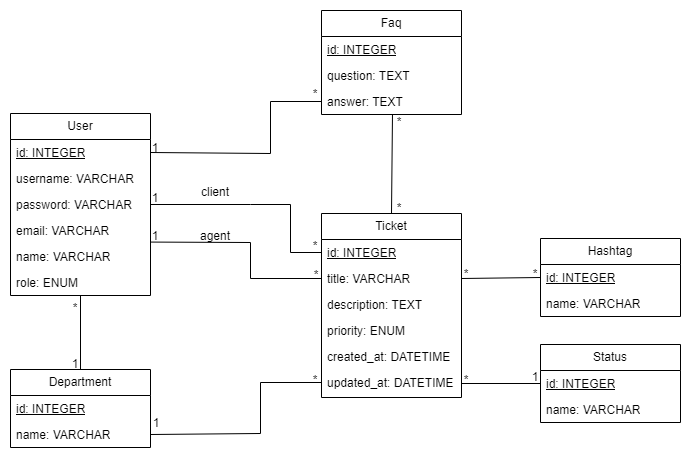
This is docs/db_draft.png from danieldoria1305/PROJ_LTW, a draw.io export, as it was before one commit. Source tidied: cells renumbered, new cells last; positions are measured from the earlier drawing's top-left corner, leaving out a move shared by most shapes.
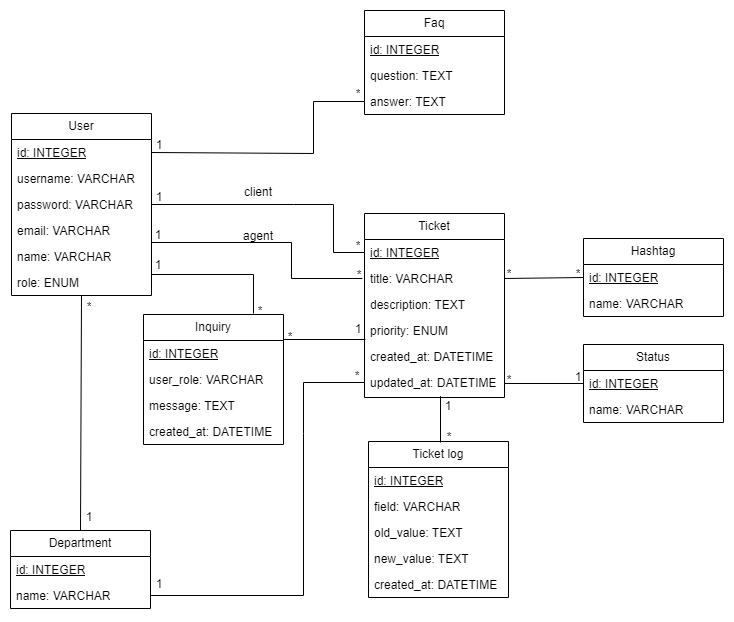
Above is the later version.

Change to the diagram source:
```diff
@@ -3,7 +3,7 @@
     <mxCell id="0" />
     <mxCell id="1" parent="0" />
     <mxCell id="2" value="User" style="swimlane;fontStyle=0;horizontal=1;startSize=26;fillColor=none;whiteSpace=wrap;html=1;" parent="1" vertex="1">
-      <mxGeometry y="103" width="140" height="182" as="geometry" />
+      <mxGeometry x="-42" y="103" width="140" height="182" as="geometry" />
     </mxCell>
     <mxCell id="3" value="&lt;u style=&quot;border-color: var(--border-color);&quot;&gt;id: INTEGER&lt;/u&gt;" style="text;strokeColor=none;fillColor=none;align=left;verticalAlign=top;spacingLeft=4;spacingRight=4;overflow=hidden;points=[[0,0.5],[1,0.5]];portConstraint=eastwest;whiteSpace=wrap;html=1;" parent="2" vertex="1">
       <mxGeometry y="26" width="140" height="26" as="geometry" />
@@ -45,7 +45,7 @@
       <mxGeometry y="156" width="140" height="28" as="geometry" />
     </mxCell>
     <mxCell id="16" value="Department" style="swimlane;fontStyle=0;horizontal=1;startSize=26;fillColor=none;whiteSpace=wrap;html=1;" parent="1" vertex="1">
-      <mxGeometry y="359" width="140" height="78" as="geometry" />
+      <mxGeometry x="-43" y="520" width="140" height="78" as="geometry" />
     </mxCell>
     <mxCell id="17" value="&lt;u&gt;id: INTEGER&lt;/u&gt;" style="text;strokeColor=none;fillColor=none;align=left;verticalAlign=top;spacingLeft=4;spacingRight=4;overflow=hidden;whiteSpace=wrap;html=1;" parent="16" vertex="1">
       <mxGeometry y="26" width="140" height="26" as="geometry" />
@@ -78,10 +78,10 @@
       <mxGeometry relative="1" as="geometry" />
     </mxCell>
     <mxCell id="27" value="*" style="text;html=1;strokeColor=none;fillColor=none;align=center;verticalAlign=middle;whiteSpace=wrap;rounded=0;" parent="1" vertex="1">
-      <mxGeometry x="60" y="293" width="10" height="10" as="geometry" />
+      <mxGeometry x="31" y="292" width="10" height="10" as="geometry" />
     </mxCell>
     <mxCell id="28" value="1" style="text;html=1;strokeColor=none;fillColor=none;align=center;verticalAlign=middle;whiteSpace=wrap;rounded=0;" parent="1" vertex="1">
-      <mxGeometry x="60" y="349" width="10" height="10" as="geometry" />
+      <mxGeometry x="31" y="502" width="10" height="10" as="geometry" />
     </mxCell>
     <mxCell id="29" style="endArrow=none;html=1;rounded=0;exitX=1;exitY=0.5;exitDx=0;exitDy=0;entryX=0;entryY=0.5;entryDx=0;entryDy=0;" parent="1" edge="1" source="5" target="10">
       <mxGeometry relative="1" as="geometry">
@@ -104,20 +104,21 @@
       <mxGeometry x="300" y="79" width="10" height="10" as="geometry" />
     </mxCell>
     <mxCell id="32" value="1" style="text;html=1;strokeColor=none;fillColor=none;align=center;verticalAlign=middle;whiteSpace=wrap;rounded=0;" parent="1" vertex="1">
-      <mxGeometry x="140" y="133" width="10" height="10" as="geometry" />
+      <mxGeometry x="101" y="130" width="10" height="10" as="geometry" />
     </mxCell>
     <mxCell id="33" value="*" style="text;html=1;strokeColor=none;fillColor=none;align=center;verticalAlign=middle;whiteSpace=wrap;rounded=0;" parent="1" vertex="1">
       <mxGeometry x="300" y="230.6" width="10" height="10" as="geometry" />
     </mxCell>
     <mxCell id="34" value="1" style="text;html=1;strokeColor=none;fillColor=none;align=center;verticalAlign=middle;whiteSpace=wrap;rounded=0;" parent="1" vertex="1">
-      <mxGeometry x="140" y="183" width="10" height="10" as="geometry" />
+      <mxGeometry x="101" y="182" width="10" height="10" as="geometry" />
     </mxCell>
-    <mxCell id="35" style="endArrow=none;html=1;rounded=0;exitX=1;exitY=0.5;exitDx=0;exitDy=0;entryX=0;entryY=0.5;entryDx=0;entryDy=0;" parent="1" edge="1" target="11">
+    <mxCell id="35" style="endArrow=none;html=1;rounded=0;entryX=0;entryY=0.5;entryDx=0;entryDy=0;" parent="1" edge="1">
       <mxGeometry relative="1" as="geometry">
-        <mxPoint x="140" y="231.6" as="sourcePoint" />
+        <mxPoint x="98" y="232" as="sourcePoint" />
+        <mxPoint x="309" y="268" as="targetPoint" />
         <Array as="points">
-          <mxPoint x="240" y="232" />
-          <mxPoint x="240" y="268" />
+          <mxPoint x="238" y="232" />
+          <mxPoint x="238" y="268" />
         </Array>
       </mxGeometry>
     </mxCell>
@@ -125,7 +126,7 @@
       <mxGeometry x="301" y="259" width="10" height="12.6" as="geometry" />
     </mxCell>
     <mxCell id="37" value="1" style="text;html=1;strokeColor=none;fillColor=none;align=center;verticalAlign=middle;whiteSpace=wrap;rounded=0;" parent="1" vertex="1">
-      <mxGeometry x="140" y="220.6" width="10" height="10" as="geometry" />
+      <mxGeometry x="100" y="219.6" width="10" height="10" as="geometry" />
     </mxCell>
     <mxCell id="38" value="client" style="text;html=1;strokeColor=none;fillColor=none;align=center;verticalAlign=middle;whiteSpace=wrap;rounded=0;" parent="1" vertex="1">
       <mxGeometry x="200" y="177" width="10" height="10" as="geometry" />
@@ -134,23 +135,14 @@
       <mxGeometry x="200" y="220.6" width="10" height="10" as="geometry" />
     </mxCell>
     <mxCell id="40" value="1" style="text;html=1;strokeColor=none;fillColor=none;align=center;verticalAlign=middle;whiteSpace=wrap;rounded=0;" parent="1" vertex="1">
-      <mxGeometry x="141" y="408" width="10" height="10" as="geometry" />
+      <mxGeometry x="101" y="569" width="10" height="10" as="geometry" />
     </mxCell>
     <mxCell id="41" value="*" style="text;html=1;strokeColor=none;fillColor=none;align=center;verticalAlign=middle;whiteSpace=wrap;rounded=0;" parent="1" vertex="1">
-      <mxGeometry x="300" y="365" width="10" height="10" as="geometry" />
+      <mxGeometry x="232" y="322" width="10" height="10" as="geometry" />
     </mxCell>
-    <mxCell id="42" style="endArrow=none;html=1;rounded=0;entryX=0.507;entryY=1.013;entryDx=0;entryDy=0;entryPerimeter=0;exitX=0.5;exitY=0;exitDx=0;exitDy=0;" parent="1" edge="1" source="9" target="25">
-      <mxGeometry relative="1" as="geometry" />
-    </mxCell>
     <mxCell id="43" style="endArrow=none;html=1;rounded=0;entryX=0;entryY=0.5;entryDx=0;entryDy=0;exitX=1;exitY=0.5;exitDx=0;exitDy=0;" parent="1" edge="1" source="11" target="20">
       <mxGeometry relative="1" as="geometry" />
     </mxCell>
-    <mxCell id="44" value="*" style="text;html=1;strokeColor=none;fillColor=none;align=center;verticalAlign=middle;whiteSpace=wrap;rounded=0;" parent="1" vertex="1">
-      <mxGeometry x="384" y="107" width="10" height="10" as="geometry" />
-    </mxCell>
-    <mxCell id="45" value="*" style="text;html=1;strokeColor=none;fillColor=none;align=center;verticalAlign=middle;whiteSpace=wrap;rounded=0;" parent="1" vertex="1">
-      <mxGeometry x="384" y="193" width="10" height="10" as="geometry" />
-    </mxCell>
     <mxCell id="46" value="*" style="text;html=1;strokeColor=none;fillColor=none;align=center;verticalAlign=middle;whiteSpace=wrap;rounded=0;" parent="1" vertex="1">
       <mxGeometry x="451" y="259" width="10" height="10" as="geometry" />
     </mxCell>
@@ -181,8 +173,81 @@
         <Array as="points">
           <mxPoint x="250" y="372" />
           <mxPoint x="250" y="423" />
+          <mxPoint x="250" y="585" />
         </Array>
       </mxGeometry>
     </mxCell>
+    <mxCell id="55" value="Ticket log" style="swimlane;fontStyle=0;horizontal=1;startSize=26;fillColor=none;whiteSpace=wrap;html=1;" parent="1" vertex="1">
+      <mxGeometry x="315" y="431" width="140" height="156" as="geometry" />
+    </mxCell>
+    <mxCell id="56" value="&lt;u&gt;id: INTEGER&lt;/u&gt;" style="text;strokeColor=none;fillColor=none;align=left;verticalAlign=top;spacingLeft=4;spacingRight=4;overflow=hidden;whiteSpace=wrap;html=1;" parent="55" vertex="1">
+      <mxGeometry y="26" width="140" height="26" as="geometry" />
+    </mxCell>
+    <mxCell id="57" value="field: VARCHAR" style="text;strokeColor=none;fillColor=none;align=left;verticalAlign=top;spacingLeft=4;spacingRight=4;overflow=hidden;whiteSpace=wrap;html=1;" parent="55" vertex="1">
+      <mxGeometry y="52" width="140" height="26" as="geometry" />
+    </mxCell>
+    <mxCell id="58" value="old_value: TEXT" style="text;strokeColor=none;fillColor=none;align=left;verticalAlign=top;spacingLeft=4;spacingRight=4;overflow=hidden;whiteSpace=wrap;html=1;" parent="55" vertex="1">
+      <mxGeometry y="78" width="140" height="26" as="geometry" />
+    </mxCell>
+    <mxCell id="59" value="new_value: TEXT" style="text;strokeColor=none;fillColor=none;align=left;verticalAlign=top;spacingLeft=4;spacingRight=4;overflow=hidden;whiteSpace=wrap;html=1;" parent="55" vertex="1">
+      <mxGeometry y="104" width="140" height="26" as="geometry" />
+    </mxCell>
+    <mxCell id="60" value="created_at: DATETIME" style="text;strokeColor=none;fillColor=none;align=left;verticalAlign=top;spacingLeft=4;spacingRight=4;overflow=hidden;whiteSpace=wrap;html=1;" parent="55" vertex="1">
+      <mxGeometry y="130" width="140" height="26" as="geometry" />
+    </mxCell>
+    <mxCell id="61" style="endArrow=none;html=1;rounded=0;entryX=0.543;entryY=1.095;entryDx=0;entryDy=0;entryPerimeter=0;" parent="1" edge="1">
+      <mxGeometry relative="1" as="geometry">
+        <mxPoint x="387" y="432" as="sourcePoint" />
+        <mxPoint x="387" y="385.7" as="targetPoint" />
+      </mxGeometry>
+    </mxCell>
+    <mxCell id="62" value="*" style="text;html=1;strokeColor=none;fillColor=none;align=center;verticalAlign=middle;whiteSpace=wrap;rounded=0;" parent="1" vertex="1">
+      <mxGeometry x="391" y="422" width="10" height="10" as="geometry" />
+    </mxCell>
+    <mxCell id="63" value="1" style="text;html=1;strokeColor=none;fillColor=none;align=center;verticalAlign=middle;whiteSpace=wrap;rounded=0;" parent="1" vertex="1">
+      <mxGeometry x="390" y="391" width="10" height="10" as="geometry" />
+    </mxCell>
+    <mxCell id="64" value="Inquiry" style="swimlane;fontStyle=0;horizontal=1;startSize=26;fillColor=none;whiteSpace=wrap;html=1;" parent="1" vertex="1">
+      <mxGeometry x="90" y="304" width="140" height="130" as="geometry" />
+    </mxCell>
+    <mxCell id="65" value="&lt;u&gt;id: INTEGER&lt;/u&gt;" style="text;strokeColor=none;fillColor=none;align=left;verticalAlign=top;spacingLeft=4;spacingRight=4;overflow=hidden;whiteSpace=wrap;html=1;" parent="64" vertex="1">
+      <mxGeometry y="26" width="140" height="26" as="geometry" />
+    </mxCell>
+    <mxCell id="66" value="user_role: VARCHAR" style="text;strokeColor=none;fillColor=none;align=left;verticalAlign=top;spacingLeft=4;spacingRight=4;overflow=hidden;whiteSpace=wrap;html=1;" parent="64" vertex="1">
+      <mxGeometry y="52" width="140" height="26" as="geometry" />
+    </mxCell>
+    <mxCell id="67" value="message: TEXT" style="text;strokeColor=none;fillColor=none;align=left;verticalAlign=top;spacingLeft=4;spacingRight=4;overflow=hidden;whiteSpace=wrap;html=1;" parent="64" vertex="1">
+      <mxGeometry y="78" width="140" height="26" as="geometry" />
+    </mxCell>
+    <mxCell id="68" value="created_at: DATETIME" style="text;strokeColor=none;fillColor=none;align=left;verticalAlign=top;spacingLeft=4;spacingRight=4;overflow=hidden;whiteSpace=wrap;html=1;" parent="64" vertex="1">
+      <mxGeometry y="104" width="140" height="26" as="geometry" />
+    </mxCell>
+    <mxCell id="69" style="endArrow=none;html=1;rounded=0;entryX=0;entryY=0.5;entryDx=0;entryDy=0;" parent="1" edge="1">
+      <mxGeometry relative="1" as="geometry">
+        <mxPoint x="230" y="329" as="sourcePoint" />
+        <mxPoint x="312" y="329" as="targetPoint" />
+      </mxGeometry>
+    </mxCell>
+    <mxCell id="70" value="1" style="text;html=1;strokeColor=none;fillColor=none;align=center;verticalAlign=middle;whiteSpace=wrap;rounded=0;" parent="1" vertex="1">
+      <mxGeometry x="300" y="314" width="10" height="10" as="geometry" />
+    </mxCell>
+    <mxCell id="71" style="endArrow=none;html=1;rounded=0;" parent="1" edge="1">
+      <mxGeometry relative="1" as="geometry">
+        <mxPoint x="98" y="264" as="sourcePoint" />
+        <mxPoint x="200" y="303" as="targetPoint" />
+        <Array as="points">
+          <mxPoint x="200" y="264" />
+        </Array>
+      </mxGeometry>
+    </mxCell>
+    <mxCell id="72" value="*" style="text;html=1;strokeColor=none;fillColor=none;align=center;verticalAlign=middle;whiteSpace=wrap;rounded=0;" parent="1" vertex="1">
+      <mxGeometry x="202" y="296" width="10" height="10" as="geometry" />
+    </mxCell>
+    <mxCell id="73" value="1" style="text;html=1;strokeColor=none;fillColor=none;align=center;verticalAlign=middle;whiteSpace=wrap;rounded=0;" parent="1" vertex="1">
+      <mxGeometry x="100" y="250" width="10" height="10" as="geometry" />
+    </mxCell>
+    <mxCell id="74" value="*" style="text;html=1;strokeColor=none;fillColor=none;align=center;verticalAlign=middle;whiteSpace=wrap;rounded=0;" parent="1" vertex="1">
+      <mxGeometry x="299" y="361" width="10" height="10" as="geometry" />
+    </mxCell>
   </root>
 </mxGraphModel>
```
